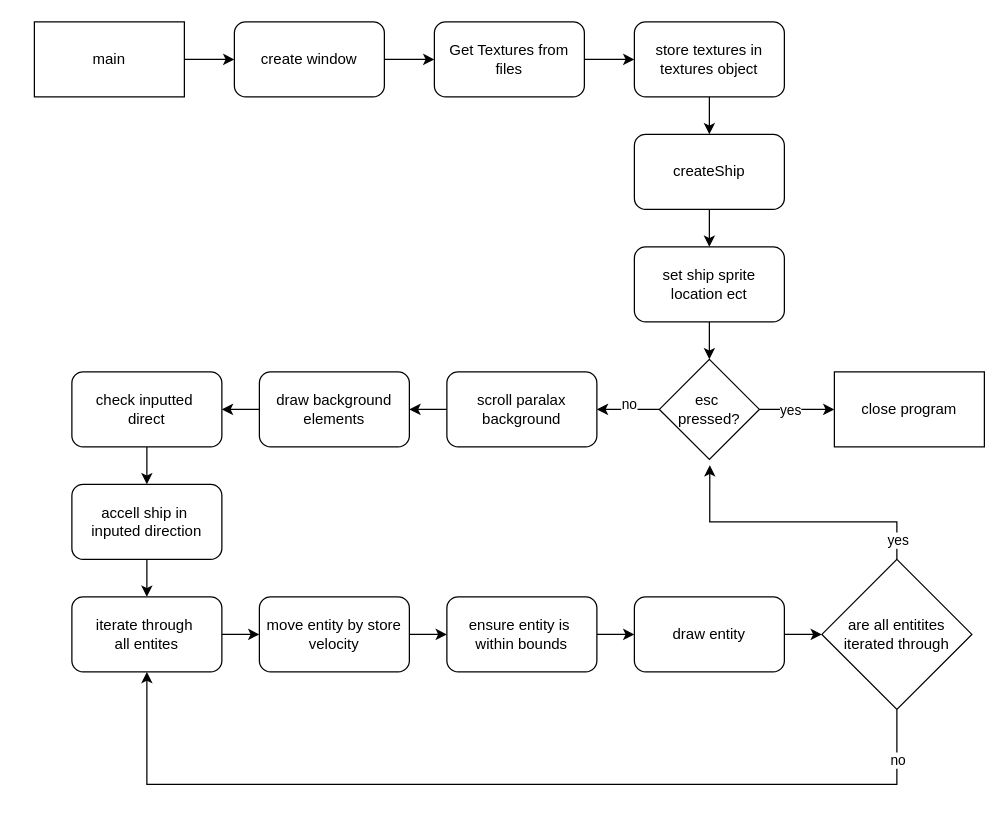
Earlier version of the draw.io diagram evidenceFolder/homework3/drawDocStuff/hw3 ugradedPlan flowchart.drawio (dr1zzleGDShu/miscRepoFixed). Source tidied: cells renumbered, new cells numbered last; positions are measured from the earlier drawing's top-left corner, leaving out a move shared by most shapes. Both pictures are drawn from the tidied source at 125%, with x=0, y=0 at pixel (34, 21).
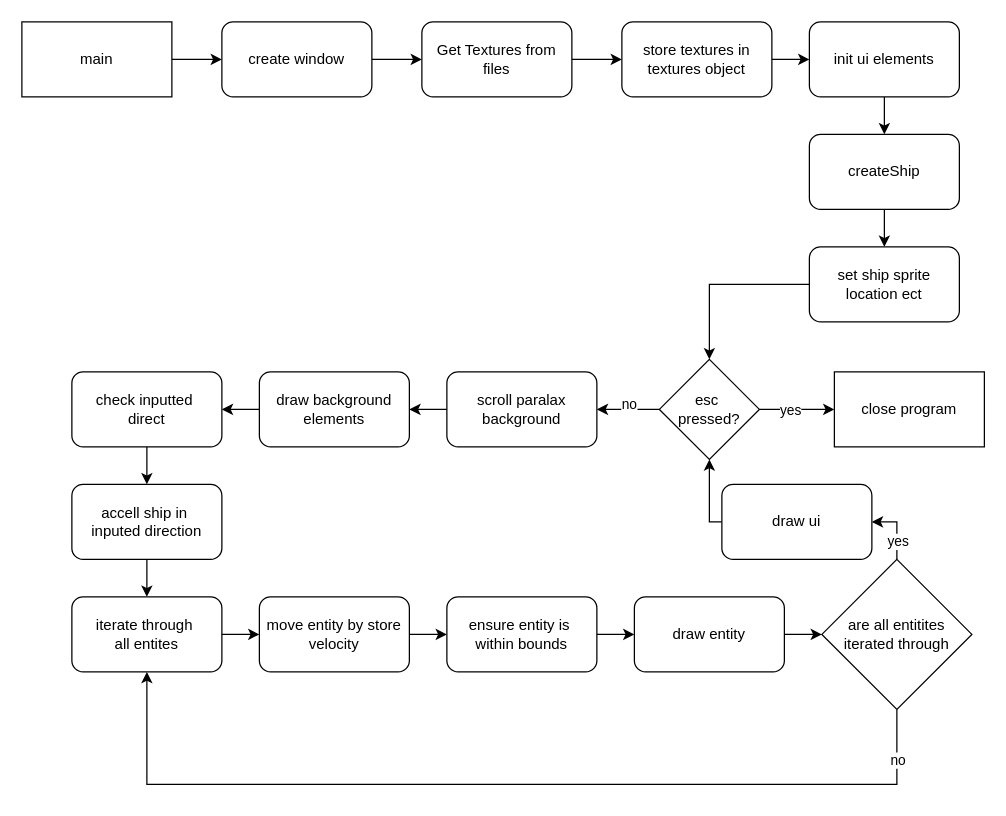
Above is the later version.

The change refers to these unchanged cells:
```xml
<mxCell id="14" value="&lt;div&gt;esc&amp;nbsp;&lt;/div&gt;&lt;div&gt;pressed?&lt;/div&gt;" style="rhombus;whiteSpace=wrap;html=1;" parent="1" vertex="1">
  <mxGeometry x="500" y="270" width="80" height="80" as="geometry" />
</mxCell>
<mxCell id="34" value="are all entitites iterated through" style="rhombus;whiteSpace=wrap;html=1;" parent="1" vertex="1">
  <mxGeometry x="630" y="430" width="120" height="120" as="geometry" />
</mxCell>
```

Change to the diagram source:
```diff
@@
     <mxCell id="3" value="main" style="rounded=0;whiteSpace=wrap;html=1;" parent="1" vertex="1">
-      <mxGeometry width="120" height="60" as="geometry" />
+      <mxGeometry x="-10" width="120" height="60" as="geometry" />
     </mxCell>
@@
     <mxCell id="5" value="create window" style="whiteSpace=wrap;html=1;rounded=1;" parent="1" vertex="1">
-      <mxGeometry x="160" width="120" height="60" as="geometry" />
+      <mxGeometry x="150" width="120" height="60" as="geometry" />
     </mxCell>
-    <mxCell id="6" style="edgeStyle=orthogonalEdgeStyle;rounded=0;jettySize=auto;html=1;" parent="1" edge="1" source="23" target="8">
+    <mxCell id="6" style="edgeStyle=orthogonalEdgeStyle;rounded=0;jettySize=auto;html=1;" parent="1" edge="1" source="43" target="8">
       <mxGeometry relative="1" as="geometry" />
     </mxCell>
     <mxCell id="7" value="Get Textures from files" style="whiteSpace=wrap;html=1;rounded=1;" parent="1" vertex="1">
-      <mxGeometry x="320" width="120" height="60" as="geometry" />
+      <mxGeometry x="310" width="120" height="60" as="geometry" />
     </mxCell>
     <mxCell id="8" value="createShip" style="whiteSpace=wrap;html=1;rounded=1;" parent="1" vertex="1">
-      <mxGeometry x="480" y="90" width="120" height="60" as="geometry" />
+      <mxGeometry x="620" y="90" width="120" height="60" as="geometry" />
     </mxCell>
@@
     <mxCell id="23" value="store textures in textures object" style="rounded=1;whiteSpace=wrap;html=1;" parent="1" vertex="1">
-      <mxGeometry x="480" width="120" height="60" as="geometry" />
+      <mxGeometry x="470" width="120" height="60" as="geometry" />
     </mxCell>
@@
     <mxCell id="25" value="set ship sprite location ect" style="rounded=1;whiteSpace=wrap;html=1;" parent="1" vertex="1">
-      <mxGeometry x="480" y="180" width="120" height="60" as="geometry" />
+      <mxGeometry x="620" y="180" width="120" height="60" as="geometry" />
     </mxCell>
@@
+    <mxCell id="41" style="edgeStyle=orthogonalEdgeStyle;rounded=0;jettySize=auto;html=1;entryX=1;entryY=0.5;entryDx=0;entryDy=0;" parent="1" edge="1" source="34" target="45">
+      <mxGeometry relative="1" as="geometry" />
+    </mxCell>
+    <mxCell id="40" value="yes" style="edgeLabel;html=1;align=center;verticalAlign=middle;" parent="41" vertex="1">
+      <mxGeometry x="-0.42" y="1" relative="1" as="geometry">
+        <mxPoint x="1" as="offset" />
+      </mxGeometry>
+    </mxCell>
@@
-    <mxCell id="39" style="edgeStyle=orthogonalEdgeStyle;rounded=0;jettySize=auto;html=1;entryX=0.504;entryY=1.058;entryDx=0;entryDy=0;entryPerimeter=0;" parent="1" edge="1" source="34" target="14">
-      <mxGeometry relative="1" as="geometry">
-        <Array as="points">
-          <mxPoint x="690" y="400" />
-          <mxPoint x="540" y="400" />
-        </Array>
-      </mxGeometry>
-    </mxCell>
-    <mxCell id="40" value="yes" style="edgeLabel;html=1;align=center;verticalAlign=middle;" parent="39" vertex="1">
-      <mxGeometry x="-0.86" relative="1" as="geometry" />
-    </mxCell>
+    <mxCell id="42" style="edgeStyle=orthogonalEdgeStyle;rounded=0;jettySize=auto;html=1;" parent="1" edge="1" source="23" target="43">
+      <mxGeometry relative="1" as="geometry" />
+    </mxCell>
+    <mxCell id="43" value="init ui elements" style="rounded=1;whiteSpace=wrap;html=1;" parent="1" vertex="1">
+      <mxGeometry x="620" width="120" height="60" as="geometry" />
+    </mxCell>
+    <mxCell id="44" style="edgeStyle=orthogonalEdgeStyle;rounded=0;jettySize=auto;html=1;entryX=0.5;entryY=1;entryDx=0;entryDy=0;" parent="1" edge="1" source="45" target="14">
+      <mxGeometry relative="1" as="geometry">
+        <Array as="points">
+          <mxPoint x="540" y="400" />
+        </Array>
+      </mxGeometry>
+    </mxCell>
+    <mxCell id="45" value="draw ui" style="rounded=1;whiteSpace=wrap;html=1;" parent="1" vertex="1">
+      <mxGeometry x="550" y="370" width="120" height="60" as="geometry" />
+    </mxCell>
```
